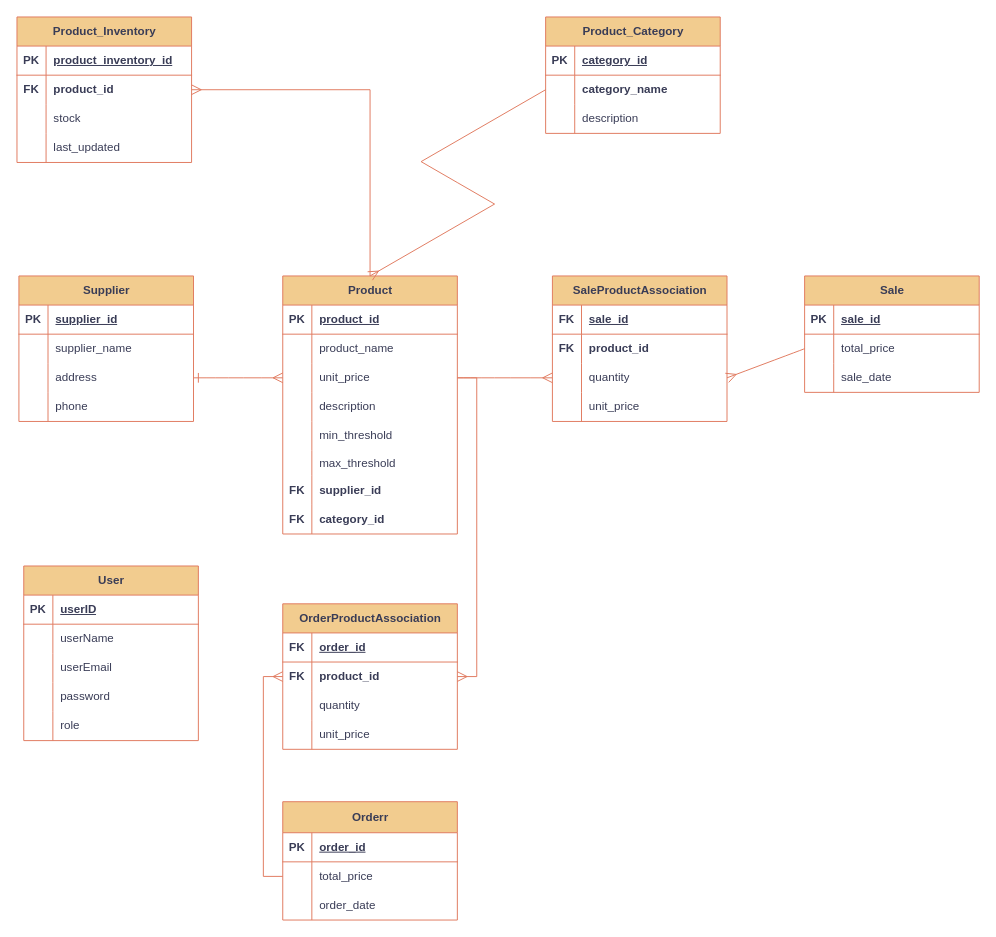
Before: data_modeling.drawio in SoriyaChan/wct2, a draw.io diagram. Source tidied: cells renumbered, new cells numbered last; positions are measured from the earlier drawing's top-left corner, leaving out a move shared by most shapes. Both pictures are drawn from the tidied source at 97%, with x=0, y=0 at pixel (16, 16).
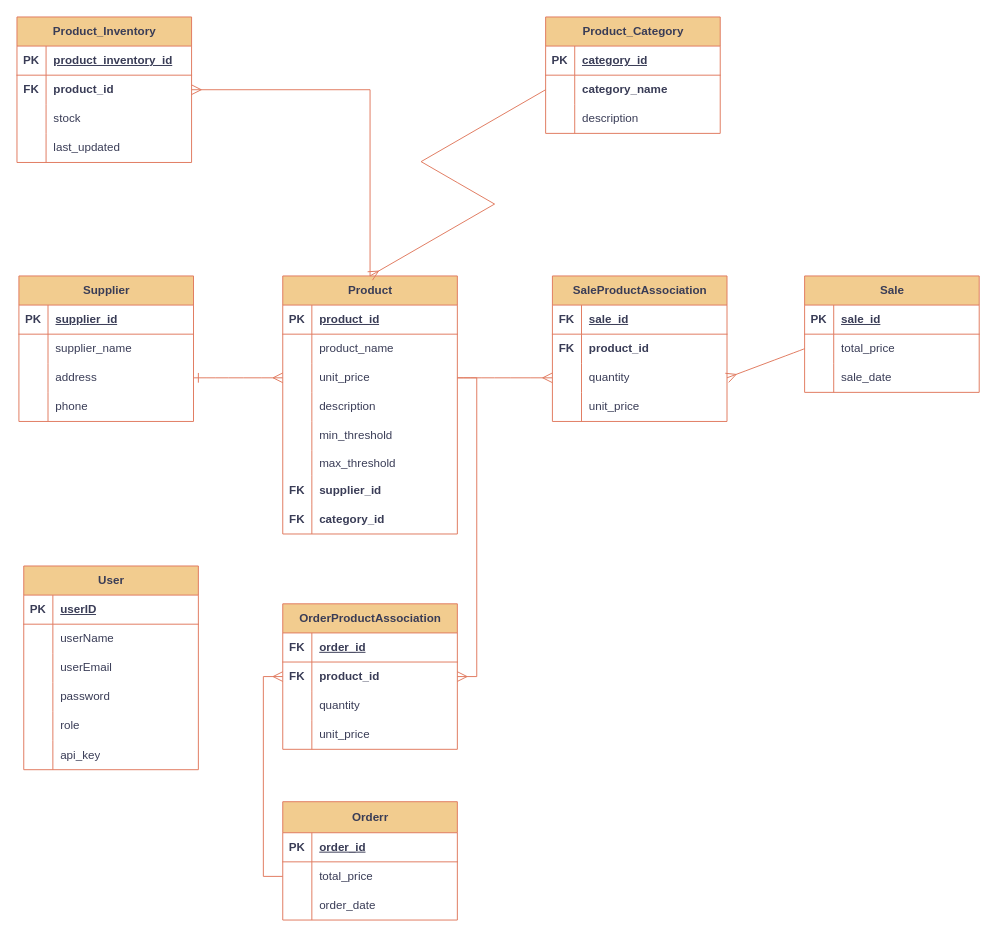
The same diagram, later.

What changed in the source:
```diff
@@
     <mxCell id="105" value="User" style="shape=table;startSize=30;childLayout=tableLayout;rowLines=0;fontStyle=1;align=center;html=1;labelBackgroundColor=none;fillColor=#F2CC8F;strokeColor=#E07A5F;fontColor=#393C56;" parent="1" vertex="1">
-      <mxGeometry x="7" y="566" width="180" height="180" as="geometry" />
+      <mxGeometry x="7" y="566" width="180" height="210" as="geometry" />
     </mxCell>
@@
+    <mxCell id="132" style="shape=tableRow;horizontal=0;startSize=0;swimlaneHead=0;swimlaneBody=0;fillColor=none;top=0;left=0;right=0;bottom=0;labelBackgroundColor=none;strokeColor=#E07A5F;fontColor=#393C56;" parent="105" vertex="1">
+      <mxGeometry y="180" width="180" height="30" as="geometry" />
+    </mxCell>
+    <mxCell id="133" style="shape=partialRectangle;fillColor=none;top=0;left=0;bottom=0;right=0;overflow=hidden;whiteSpace=wrap;html=1;fontStyle=1;labelBackgroundColor=none;strokeColor=#E07A5F;fontColor=#393C56;" parent="132" vertex="1">
+      <mxGeometry width="30" height="30" as="geometry" />
+    </mxCell>
+    <mxCell id="134" value="api_key" style="shape=partialRectangle;fillColor=none;top=0;left=0;bottom=0;right=0;align=left;spacingLeft=6;overflow=hidden;whiteSpace=wrap;html=1;labelBackgroundColor=none;strokeColor=#E07A5F;fontColor=#393C56;" parent="132" vertex="1">
+      <mxGeometry x="30" width="150" height="30" as="geometry" />
+    </mxCell>
```
